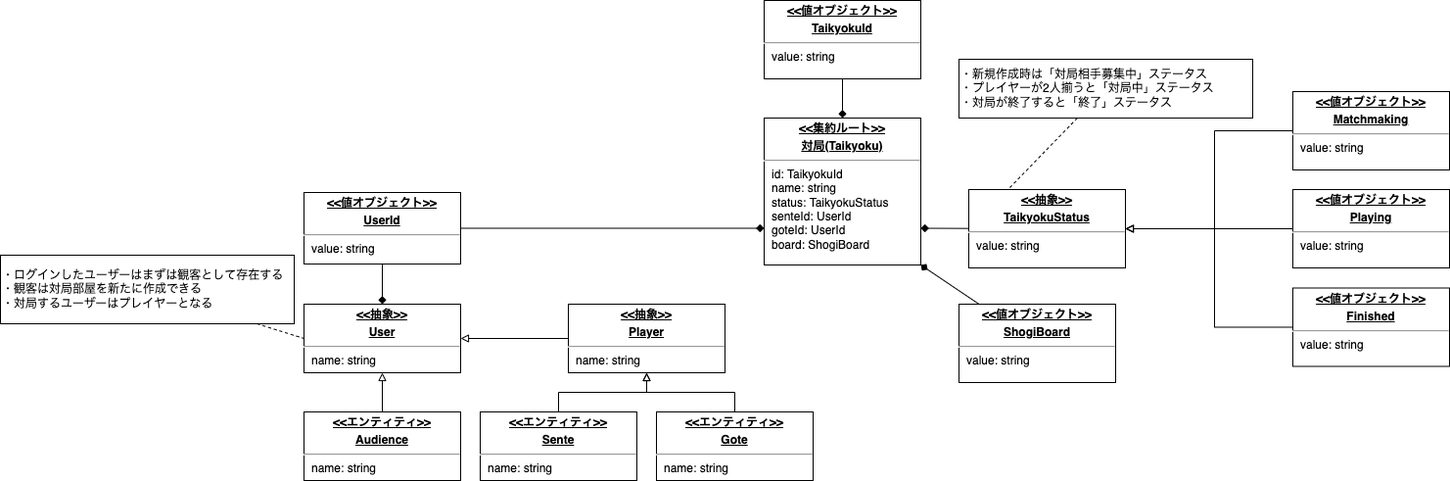
This is doc/ドメインモデル図.drawio.png from naohiro-kumagai/shogi, a draw.io export, as it was before one commit. Source tidied: cells renumbered, new cells last; positions are measured from the earlier drawing's top-left corner, leaving out a move shared by most shapes.
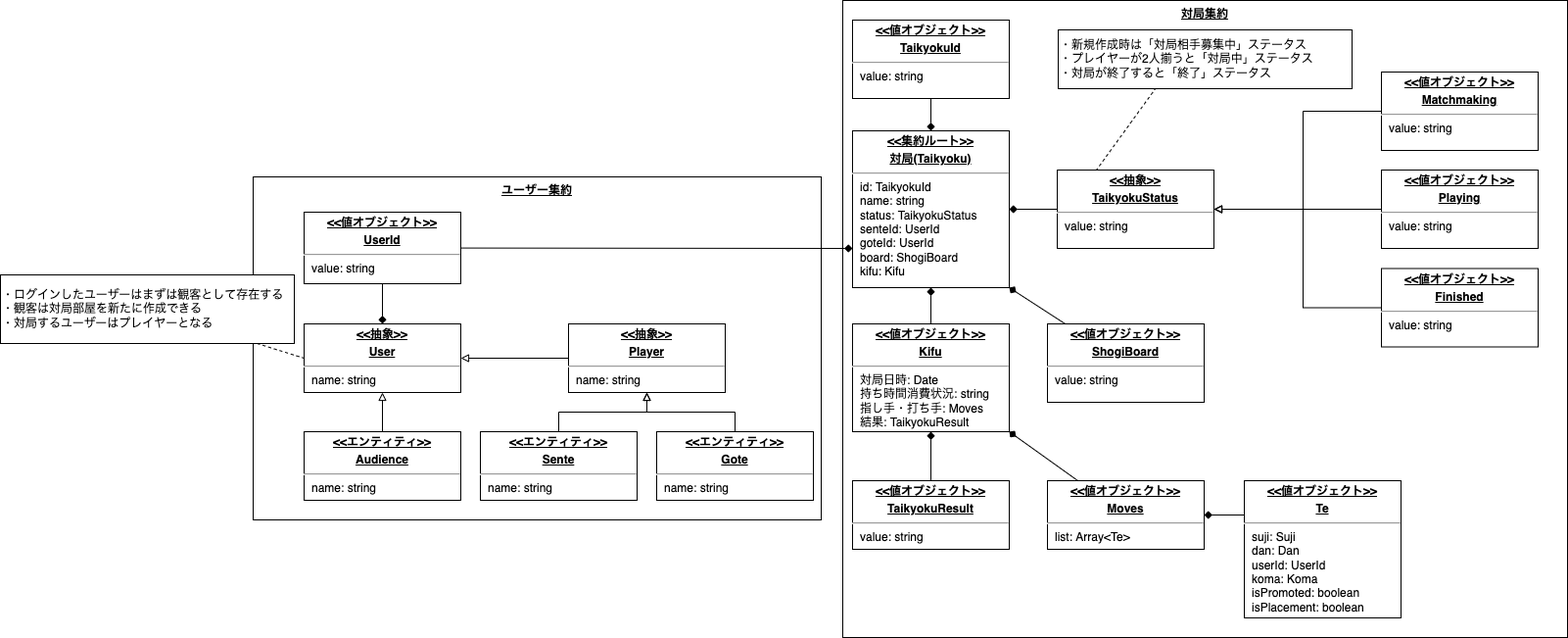
The same file after the commit.

Commit message:
モデル図の更新

Diff of the diagram source:
```diff
@@ -2,104 +2,136 @@
   <root>
     <mxCell id="0" />
     <mxCell id="1" parent="0" />
+    <mxCell id="31" value="&lt;b&gt;&lt;u&gt;対局集約&lt;/u&gt;&lt;/b&gt;" style="rounded=0;whiteSpace=wrap;html=1;fillColor=none;verticalAlign=top;" parent="1" vertex="1">
+      <mxGeometry x="980" y="-10" width="740" height="650" as="geometry" />
+    </mxCell>
+    <mxCell id="32" value="&lt;b&gt;&lt;u&gt;ユーザー集約&lt;/u&gt;&lt;/b&gt;" style="rounded=0;whiteSpace=wrap;html=1;fillColor=none;verticalAlign=top;" parent="1" vertex="1">
+      <mxGeometry x="378" y="170" width="580" height="350" as="geometry" />
+    </mxCell>
-    <mxCell id="2" value="&lt;p style=&quot;margin:0px;margin-top:4px;text-align:center;text-decoration:underline;&quot;&gt;&lt;b&gt;&amp;lt;&amp;lt;集約ルート&amp;gt;&amp;gt;&lt;/b&gt;&lt;/p&gt;&lt;p style=&quot;margin:0px;margin-top:4px;text-align:center;text-decoration:underline;&quot;&gt;&lt;b&gt;対局(Taikyoku)&lt;/b&gt;&lt;/p&gt;&lt;hr&gt;&lt;p style=&quot;margin:0px;margin-left:8px;&quot;&gt;id: TaikyokuId&lt;/p&gt;&lt;p style=&quot;margin:0px;margin-left:8px;&quot;&gt;name: string&lt;/p&gt;&lt;p style=&quot;margin:0px;margin-left:8px;&quot;&gt;status: TaikyokuStatus&lt;/p&gt;&lt;p style=&quot;margin:0px;margin-left:8px;&quot;&gt;senteId: UserId&lt;/p&gt;&lt;p style=&quot;margin:0px;margin-left:8px;&quot;&gt;goteId: UserId&lt;/p&gt;&lt;p style=&quot;margin:0px;margin-left:8px;&quot;&gt;board: ShogiBoard&lt;/p&gt;" style="verticalAlign=top;align=left;overflow=fill;fontSize=12;fontFamily=Helvetica;html=1;" parent="1" vertex="1">
-      <mxGeometry x="780" y="120" width="160" height="150" as="geometry" />
+    <mxCell id="2" value="&lt;p style=&quot;margin:0px;margin-top:4px;text-align:center;text-decoration:underline;&quot;&gt;&lt;b&gt;&amp;lt;&amp;lt;集約ルート&amp;gt;&amp;gt;&lt;/b&gt;&lt;/p&gt;&lt;p style=&quot;margin:0px;margin-top:4px;text-align:center;text-decoration:underline;&quot;&gt;&lt;b&gt;対局(Taikyoku)&lt;/b&gt;&lt;/p&gt;&lt;hr&gt;&lt;p style=&quot;margin:0px;margin-left:8px;&quot;&gt;id: TaikyokuId&lt;/p&gt;&lt;p style=&quot;margin:0px;margin-left:8px;&quot;&gt;name: string&lt;/p&gt;&lt;p style=&quot;margin:0px;margin-left:8px;&quot;&gt;status: TaikyokuStatus&lt;/p&gt;&lt;p style=&quot;margin:0px;margin-left:8px;&quot;&gt;senteId: UserId&lt;/p&gt;&lt;p style=&quot;margin:0px;margin-left:8px;&quot;&gt;goteId: UserId&lt;/p&gt;&lt;p style=&quot;margin:0px;margin-left:8px;&quot;&gt;board: ShogiBoard&lt;/p&gt;&lt;p style=&quot;margin:0px;margin-left:8px;&quot;&gt;kifu: Kifu&lt;/p&gt;" style="verticalAlign=top;align=left;overflow=fill;fontSize=12;fontFamily=Helvetica;html=1;" parent="1" vertex="1">
+      <mxGeometry x="990" y="123" width="160" height="160" as="geometry" />
     </mxCell>
     <mxCell id="3" style="edgeStyle=none;html=1;entryX=0.5;entryY=0;entryDx=0;entryDy=0;endArrow=diamond;endFill=1;" parent="1" edge="1" source="4" target="2">
       <mxGeometry relative="1" as="geometry" />
     </mxCell>
     <mxCell id="4" value="&lt;p style=&quot;margin:0px;margin-top:4px;text-align:center;text-decoration:underline;&quot;&gt;&lt;b&gt;&amp;lt;&amp;lt;値オブジェクト&amp;gt;&amp;gt;&lt;/b&gt;&lt;/p&gt;&lt;p style=&quot;margin:0px;margin-top:4px;text-align:center;text-decoration:underline;&quot;&gt;&lt;b&gt;TaikyokuId&lt;/b&gt;&lt;/p&gt;&lt;hr&gt;&lt;p style=&quot;margin:0px;margin-left:8px;&quot;&gt;value: string&lt;/p&gt;" style="verticalAlign=top;align=left;overflow=fill;fontSize=12;fontFamily=Helvetica;html=1;" parent="1" vertex="1">
-      <mxGeometry x="780" width="160" height="80" as="geometry" />
+      <mxGeometry x="990" y="10" width="160" height="80" as="geometry" />
     </mxCell>
-    <mxCell id="5" style="edgeStyle=none;html=1;entryX=0.25;entryY=0;entryDx=0;entryDy=0;endArrow=none;endFill=0;dashed=1;" parent="1" edge="1" source="6" target="8">
-      <mxGeometry relative="1" as="geometry" />
+    <mxCell id="5" style="edgeStyle=none;html=1;entryX=0.25;entryY=0;entryDx=0;entryDy=0;endArrow=none;endFill=0;dashed=1;" parent="1" edge="1" target="8">
+      <mxGeometry relative="1" as="geometry">
+        <mxPoint x="1328.2" y="40" as="sourcePoint" />
+      </mxGeometry>
     </mxCell>
     <mxCell id="6" value="・新規作成時は「対局相手募集中」ステータス&lt;br&gt;・プレイヤーが2人揃うと「対局中」ステータス&lt;br&gt;・対局が終了すると「終了」ステータス" style="rounded=0;whiteSpace=wrap;html=1;align=left;" parent="1" vertex="1">
-      <mxGeometry x="979" y="60" width="300" height="60" as="geometry" />
+      <mxGeometry x="1200" y="20" width="300" height="60" as="geometry" />
     </mxCell>
-    <mxCell id="7" style="edgeStyle=none;html=1;entryX=1;entryY=0.75;entryDx=0;entryDy=0;endArrow=diamond;endFill=1;" parent="1" edge="1" source="8" target="2">
+    <mxCell id="7" style="edgeStyle=none;html=1;entryX=1;entryY=0.5;entryDx=0;entryDy=0;endArrow=diamond;endFill=1;exitX=0;exitY=0.5;exitDx=0;exitDy=0;" parent="1" edge="1" source="8" target="2">
       <mxGeometry relative="1" as="geometry" />
     </mxCell>
     <mxCell id="8" value="&lt;p style=&quot;margin:0px;margin-top:4px;text-align:center;text-decoration:underline;&quot;&gt;&lt;b&gt;&amp;lt;&amp;lt;抽象&amp;gt;&amp;gt;&lt;/b&gt;&lt;/p&gt;&lt;p style=&quot;margin:0px;margin-top:4px;text-align:center;text-decoration:underline;&quot;&gt;&lt;b&gt;TaikyokuStatus&lt;/b&gt;&lt;/p&gt;&lt;hr&gt;&lt;p style=&quot;margin:0px;margin-left:8px;&quot;&gt;value: string&lt;/p&gt;" style="verticalAlign=top;align=left;overflow=fill;fontSize=12;fontFamily=Helvetica;html=1;" parent="1" vertex="1">
-      <mxGeometry x="989" y="193" width="160" height="80" as="geometry" />
+      <mxGeometry x="1199" y="163" width="160" height="80" as="geometry" />
     </mxCell>
     <mxCell id="9" style="edgeStyle=none;html=1;entryX=1;entryY=0.5;entryDx=0;entryDy=0;endArrow=block;endFill=0;" parent="1" edge="1" source="10" target="14">
       <mxGeometry relative="1" as="geometry" />
     </mxCell>
     <mxCell id="10" value="&lt;p style=&quot;margin:0px;margin-top:4px;text-align:center;text-decoration:underline;&quot;&gt;&lt;b&gt;&amp;lt;&amp;lt;抽象&amp;gt;&amp;gt;&lt;/b&gt;&lt;/p&gt;&lt;p style=&quot;margin:0px;margin-top:4px;text-align:center;text-decoration:underline;&quot;&gt;&lt;b&gt;Player&lt;/b&gt;&lt;/p&gt;&lt;hr&gt;&lt;p style=&quot;margin:0px;margin-left:8px;&quot;&gt;name: string&lt;/p&gt;" style="verticalAlign=top;align=left;overflow=fill;fontSize=12;fontFamily=Helvetica;html=1;" parent="1" vertex="1">
-      <mxGeometry x="580" y="310" width="160" height="70" as="geometry" />
+      <mxGeometry x="700" y="320" width="160" height="70" as="geometry" />
     </mxCell>
     <mxCell id="11" style="edgeStyle=none;html=1;entryX=1;entryY=1;entryDx=0;entryDy=0;endArrow=diamond;endFill=1;" parent="1" edge="1" source="12" target="2">
       <mxGeometry relative="1" as="geometry" />
     </mxCell>
     <mxCell id="12" value="&lt;p style=&quot;margin:0px;margin-top:4px;text-align:center;text-decoration:underline;&quot;&gt;&lt;b&gt;&amp;lt;&amp;lt;値オブジェクト&amp;gt;&amp;gt;&lt;/b&gt;&lt;/p&gt;&lt;p style=&quot;margin:0px;margin-top:4px;text-align:center;text-decoration:underline;&quot;&gt;&lt;b&gt;ShogiBoard&lt;/b&gt;&lt;/p&gt;&lt;hr&gt;&lt;p style=&quot;margin:0px;margin-left:8px;&quot;&gt;value: string&lt;/p&gt;" style="verticalAlign=top;align=left;overflow=fill;fontSize=12;fontFamily=Helvetica;html=1;" parent="1" vertex="1">
-      <mxGeometry x="979" y="310" width="160" height="80" as="geometry" />
+      <mxGeometry x="1189" y="320" width="160" height="80" as="geometry" />
     </mxCell>
     <mxCell id="13" style="edgeStyle=none;html=1;entryX=0.5;entryY=1;entryDx=0;entryDy=0;endArrow=none;endFill=0;startArrow=diamond;startFill=1;" parent="1" edge="1" source="14" target="24">
       <mxGeometry relative="1" as="geometry" />
     </mxCell>
     <mxCell id="14" value="&lt;p style=&quot;margin: 4px 0px 0px; text-align: center;&quot;&gt;&lt;b style=&quot;text-decoration-line: underline;&quot;&gt;&amp;lt;&amp;lt;抽象&lt;/b&gt;&lt;b style=&quot;text-decoration-line: underline;&quot;&gt;&amp;gt;&amp;gt;&lt;/b&gt;&lt;/p&gt;&lt;p style=&quot;margin:0px;margin-top:4px;text-align:center;text-decoration:underline;&quot;&gt;&lt;b&gt;User&lt;/b&gt;&lt;/p&gt;&lt;hr&gt;&lt;p style=&quot;margin:0px;margin-left:8px;&quot;&gt;name: string&lt;/p&gt;" style="verticalAlign=top;align=left;overflow=fill;fontSize=12;fontFamily=Helvetica;html=1;" parent="1" vertex="1">
-      <mxGeometry x="310" y="310" width="160" height="70" as="geometry" />
+      <mxGeometry x="430" y="320" width="160" height="70" as="geometry" />
     </mxCell>
     <mxCell id="15" style="edgeStyle=orthogonalEdgeStyle;html=1;entryX=0.5;entryY=1;entryDx=0;entryDy=0;endArrow=block;endFill=0;rounded=0;exitX=0.5;exitY=0;exitDx=0;exitDy=0;" parent="1" edge="1" source="16" target="10">
       <mxGeometry relative="1" as="geometry" />
     </mxCell>
     <mxCell id="16" value="&lt;p style=&quot;margin:0px;margin-top:4px;text-align:center;text-decoration:underline;&quot;&gt;&lt;b&gt;&amp;lt;&amp;lt;エンティティ&amp;gt;&amp;gt;&lt;/b&gt;&lt;/p&gt;&lt;p style=&quot;margin:0px;margin-top:4px;text-align:center;text-decoration:underline;&quot;&gt;&lt;b&gt;Sente&lt;/b&gt;&lt;/p&gt;&lt;hr&gt;&lt;p style=&quot;margin:0px;margin-left:8px;&quot;&gt;name: string&lt;/p&gt;" style="verticalAlign=top;align=left;overflow=fill;fontSize=12;fontFamily=Helvetica;html=1;" parent="1" vertex="1">
-      <mxGeometry x="490" y="420" width="160" height="70" as="geometry" />
+      <mxGeometry x="610" y="430" width="160" height="70" as="geometry" />
     </mxCell>
     <mxCell id="17" style="edgeStyle=orthogonalEdgeStyle;html=1;endArrow=block;endFill=0;rounded=0;exitX=0.5;exitY=0;exitDx=0;exitDy=0;" parent="1" edge="1" source="18">
       <mxGeometry relative="1" as="geometry">
-        <mxPoint x="660" y="380" as="targetPoint" />
+        <mxPoint x="780" y="390" as="targetPoint" />
       </mxGeometry>
     </mxCell>
     <mxCell id="18" value="&lt;p style=&quot;margin:0px;margin-top:4px;text-align:center;text-decoration:underline;&quot;&gt;&lt;b&gt;&amp;lt;&amp;lt;エンティティ&lt;/b&gt;&lt;b style=&quot;background-color: initial;&quot;&gt;&amp;gt;&amp;gt;&lt;/b&gt;&lt;/p&gt;&lt;p style=&quot;margin:0px;margin-top:4px;text-align:center;text-decoration:underline;&quot;&gt;&lt;b&gt;Gote&lt;/b&gt;&lt;/p&gt;&lt;hr&gt;&lt;p style=&quot;margin:0px;margin-left:8px;&quot;&gt;name: string&lt;/p&gt;" style="verticalAlign=top;align=left;overflow=fill;fontSize=12;fontFamily=Helvetica;html=1;" parent="1" vertex="1">
-      <mxGeometry x="670" y="420" width="160" height="70" as="geometry" />
+      <mxGeometry x="790" y="430" width="160" height="70" as="geometry" />
     </mxCell>
     <mxCell id="19" style="edgeStyle=none;html=1;entryX=0.5;entryY=1;entryDx=0;entryDy=0;endArrow=block;endFill=0;" parent="1" edge="1" source="20" target="14">
       <mxGeometry relative="1" as="geometry" />
     </mxCell>
     <mxCell id="20" value="&lt;p style=&quot;margin:0px;margin-top:4px;text-align:center;text-decoration:underline;&quot;&gt;&lt;b&gt;&amp;lt;&amp;lt;エンティティ&amp;gt;&amp;gt;&lt;/b&gt;&lt;/p&gt;&lt;p style=&quot;margin:0px;margin-top:4px;text-align:center;text-decoration:underline;&quot;&gt;&lt;b&gt;Audience&lt;/b&gt;&lt;/p&gt;&lt;hr&gt;&lt;p style=&quot;margin:0px;margin-left:8px;&quot;&gt;name: string&lt;/p&gt;" style="verticalAlign=top;align=left;overflow=fill;fontSize=12;fontFamily=Helvetica;html=1;" parent="1" vertex="1">
-      <mxGeometry x="310" y="420" width="160" height="70" as="geometry" />
+      <mxGeometry x="430" y="430" width="160" height="70" as="geometry" />
     </mxCell>
     <mxCell id="21" style="rounded=0;html=1;entryX=0;entryY=0.5;entryDx=0;entryDy=0;endArrow=none;endFill=0;dashed=1;" parent="1" edge="1" source="22" target="14">
       <mxGeometry relative="1" as="geometry" />
     </mxCell>
     <mxCell id="22" value="・ログインしたユーザーはまずは観客として存在する&lt;br&gt;・観客は対局部屋を新たに作成できる&lt;br&gt;・対局するユーザーはプレイヤーとなる" style="rounded=0;whiteSpace=wrap;html=1;align=left;" parent="1" vertex="1">
-      <mxGeometry y="260" width="300" height="70" as="geometry" />
+      <mxGeometry x="120" y="270" width="300" height="70" as="geometry" />
     </mxCell>
-    <mxCell id="23" style="edgeStyle=none;html=1;entryX=0;entryY=0.75;entryDx=0;entryDy=0;startArrow=none;startFill=0;endArrow=diamond;endFill=1;" parent="1" edge="1" source="24" target="2">
+    <mxCell id="23" style="edgeStyle=none;html=1;startArrow=none;startFill=0;endArrow=diamond;endFill=1;entryX=0;entryY=0.75;entryDx=0;entryDy=0;" parent="1" edge="1" source="24" target="2">
       <mxGeometry relative="1" as="geometry" />
     </mxCell>
     <mxCell id="24" value="&lt;p style=&quot;margin:0px;margin-top:4px;text-align:center;text-decoration:underline;&quot;&gt;&lt;b&gt;&amp;lt;&amp;lt;値オブジェクト&amp;gt;&amp;gt;&lt;/b&gt;&lt;/p&gt;&lt;p style=&quot;margin:0px;margin-top:4px;text-align:center;text-decoration:underline;&quot;&gt;&lt;b&gt;UserId&lt;/b&gt;&lt;/p&gt;&lt;hr&gt;&lt;p style=&quot;margin:0px;margin-left:8px;&quot;&gt;value: string&lt;/p&gt;" style="verticalAlign=top;align=left;overflow=fill;fontSize=12;fontFamily=Helvetica;html=1;" parent="1" vertex="1">
-      <mxGeometry x="310" y="196" width="160" height="73" as="geometry" />
+      <mxGeometry x="430" y="206" width="160" height="73" as="geometry" />
     </mxCell>
     <mxCell id="25" style="edgeStyle=none;html=1;endArrow=block;endFill=0;" parent="1" edge="1" source="26" target="8">
       <mxGeometry relative="1" as="geometry" />
     </mxCell>
     <mxCell id="26" value="&lt;p style=&quot;margin:0px;margin-top:4px;text-align:center;text-decoration:underline;&quot;&gt;&lt;b&gt;&amp;lt;&amp;lt;値オブジェクト&amp;gt;&amp;gt;&lt;/b&gt;&lt;/p&gt;&lt;p style=&quot;margin: 4px 0px 0px; text-align: center;&quot;&gt;&lt;b&gt;&lt;u&gt;Playing&lt;/u&gt;&lt;/b&gt;&lt;br&gt;&lt;/p&gt;&lt;hr&gt;&lt;p style=&quot;margin:0px;margin-left:8px;&quot;&gt;value: string&lt;/p&gt;" style="verticalAlign=top;align=left;overflow=fill;fontSize=12;fontFamily=Helvetica;html=1;" parent="1" vertex="1">
-      <mxGeometry x="1320" y="193" width="160" height="80" as="geometry" />
+      <mxGeometry x="1530" y="163" width="160" height="80" as="geometry" />
     </mxCell>
     <mxCell id="27" style="edgeStyle=orthogonalEdgeStyle;html=1;entryX=1;entryY=0.5;entryDx=0;entryDy=0;endArrow=block;endFill=0;rounded=0;" parent="1" edge="1" source="28" target="8">
       <mxGeometry relative="1" as="geometry">
         <Array as="points">
-          <mxPoint x="1240" y="133" />
-          <mxPoint x="1240" y="233" />
+          <mxPoint x="1450" y="103" />
+          <mxPoint x="1450" y="203" />
         </Array>
       </mxGeometry>
     </mxCell>
     <mxCell id="28" value="&lt;p style=&quot;margin:0px;margin-top:4px;text-align:center;text-decoration:underline;&quot;&gt;&lt;b&gt;&amp;lt;&amp;lt;値オブジェクト&amp;gt;&amp;gt;&lt;/b&gt;&lt;/p&gt;&lt;p style=&quot;margin: 4px 0px 0px; text-align: center;&quot;&gt;&lt;b&gt;&lt;u&gt;Matchmaking&lt;/u&gt;&lt;/b&gt;&lt;br&gt;&lt;/p&gt;&lt;hr&gt;&lt;p style=&quot;margin:0px;margin-left:8px;&quot;&gt;value: string&lt;/p&gt;" style="verticalAlign=top;align=left;overflow=fill;fontSize=12;fontFamily=Helvetica;html=1;" parent="1" vertex="1">
-      <mxGeometry x="1320" y="93" width="160" height="80" as="geometry" />
+      <mxGeometry x="1530" y="63" width="160" height="80" as="geometry" />
     </mxCell>
     <mxCell id="29" style="edgeStyle=orthogonalEdgeStyle;rounded=0;html=1;entryX=1;entryY=0.5;entryDx=0;entryDy=0;endArrow=block;endFill=0;" parent="1" edge="1" source="30" target="8">
       <mxGeometry relative="1" as="geometry">
         <Array as="points">
-          <mxPoint x="1240" y="334" />
-          <mxPoint x="1240" y="233" />
+          <mxPoint x="1450" y="304" />
+          <mxPoint x="1450" y="203" />
         </Array>
       </mxGeometry>
     </mxCell>
     <mxCell id="30" value="&lt;p style=&quot;margin:0px;margin-top:4px;text-align:center;text-decoration:underline;&quot;&gt;&lt;b&gt;&amp;lt;&amp;lt;値オブジェクト&amp;gt;&amp;gt;&lt;/b&gt;&lt;/p&gt;&lt;p style=&quot;margin: 4px 0px 0px; text-align: center;&quot;&gt;&lt;b&gt;&lt;u&gt;Finished&lt;/u&gt;&lt;/b&gt;&lt;br&gt;&lt;/p&gt;&lt;hr&gt;&lt;p style=&quot;margin:0px;margin-left:8px;&quot;&gt;value: string&lt;/p&gt;" style="verticalAlign=top;align=left;overflow=fill;fontSize=12;fontFamily=Helvetica;html=1;" parent="1" vertex="1">
-      <mxGeometry x="1320" y="293.5" width="160" height="80" as="geometry" />
+      <mxGeometry x="1530" y="263.5" width="160" height="80" as="geometry" />
     </mxCell>
+    <mxCell id="33" style="edgeStyle=none;html=1;entryX=0.5;entryY=1;entryDx=0;entryDy=0;endArrow=diamond;endFill=1;" parent="1" edge="1" source="34" target="2">
+      <mxGeometry relative="1" as="geometry" />
+    </mxCell>
+    <mxCell id="34" value="&lt;p style=&quot;margin:0px;margin-top:4px;text-align:center;text-decoration:underline;&quot;&gt;&lt;b&gt;&amp;lt;&amp;lt;値オブジェクト&amp;gt;&amp;gt;&lt;/b&gt;&lt;/p&gt;&lt;p style=&quot;margin:0px;margin-top:4px;text-align:center;text-decoration:underline;&quot;&gt;&lt;b&gt;Kifu&lt;/b&gt;&lt;/p&gt;&lt;hr&gt;&lt;p style=&quot;margin:0px;margin-left:8px;&quot;&gt;対局日時: Date&lt;/p&gt;&lt;p style=&quot;margin:0px;margin-left:8px;&quot;&gt;持ち時間消費状況: string&lt;/p&gt;&lt;p style=&quot;margin:0px;margin-left:8px;&quot;&gt;指し手・打ち手: Moves&lt;/p&gt;&lt;p style=&quot;margin:0px;margin-left:8px;&quot;&gt;結果: TaikyokuResult&lt;/p&gt;" style="verticalAlign=top;align=left;overflow=fill;fontSize=12;fontFamily=Helvetica;html=1;" parent="1" vertex="1">
+      <mxGeometry x="990" y="320" width="160" height="110" as="geometry" />
+    </mxCell>
+    <mxCell id="35" style="edgeStyle=none;html=1;entryX=0.5;entryY=1;entryDx=0;entryDy=0;endArrow=diamond;endFill=1;" parent="1" edge="1" source="36" target="34">
+      <mxGeometry relative="1" as="geometry" />
+    </mxCell>
+    <mxCell id="36" value="&lt;p style=&quot;margin:0px;margin-top:4px;text-align:center;text-decoration:underline;&quot;&gt;&lt;b&gt;&amp;lt;&amp;lt;値オブジェクト&amp;gt;&amp;gt;&lt;/b&gt;&lt;/p&gt;&lt;p style=&quot;margin:0px;margin-top:4px;text-align:center;text-decoration:underline;&quot;&gt;&lt;b&gt;TaikyokuResult&lt;/b&gt;&lt;/p&gt;&lt;hr&gt;&lt;p style=&quot;margin:0px;margin-left:8px;&quot;&gt;&lt;span style=&quot;background-color: initial;&quot;&gt;value: string&lt;/span&gt;&lt;br&gt;&lt;/p&gt;" style="verticalAlign=top;align=left;overflow=fill;fontSize=12;fontFamily=Helvetica;html=1;" parent="1" vertex="1">
+      <mxGeometry x="990" y="480" width="160" height="70" as="geometry" />
+    </mxCell>
+    <mxCell id="37" style="edgeStyle=none;html=1;entryX=1;entryY=0.5;entryDx=0;entryDy=0;endArrow=diamond;endFill=1;exitX=0;exitY=0.25;exitDx=0;exitDy=0;" parent="1" edge="1" source="38" target="40">
+      <mxGeometry relative="1" as="geometry" />
+    </mxCell>
+    <mxCell id="38" value="&lt;p style=&quot;margin:0px;margin-top:4px;text-align:center;text-decoration:underline;&quot;&gt;&lt;b&gt;&amp;lt;&amp;lt;値オブジェクト&amp;gt;&amp;gt;&lt;/b&gt;&lt;/p&gt;&lt;p style=&quot;margin:0px;margin-top:4px;text-align:center;text-decoration:underline;&quot;&gt;&lt;b&gt;Te&lt;/b&gt;&lt;/p&gt;&lt;hr&gt;&lt;p style=&quot;margin:0px;margin-left:8px;&quot;&gt;suji: Suji&lt;/p&gt;&lt;p style=&quot;margin:0px;margin-left:8px;&quot;&gt;dan: Dan&lt;/p&gt;&lt;p style=&quot;margin:0px;margin-left:8px;&quot;&gt;userId: UserId&lt;/p&gt;&lt;p style=&quot;margin:0px;margin-left:8px;&quot;&gt;koma: Koma&lt;/p&gt;&lt;p style=&quot;margin:0px;margin-left:8px;&quot;&gt;isPromoted: boolean&lt;/p&gt;&lt;p style=&quot;margin:0px;margin-left:8px;&quot;&gt;isPlacement: boolean&lt;/p&gt;" style="verticalAlign=top;align=left;overflow=fill;fontSize=12;fontFamily=Helvetica;html=1;" parent="1" vertex="1">
+      <mxGeometry x="1390" y="480" width="160" height="140" as="geometry" />
+    </mxCell>
+    <mxCell id="39" style="edgeStyle=none;html=1;entryX=1;entryY=1;entryDx=0;entryDy=0;endArrow=diamond;endFill=1;" parent="1" edge="1" source="40" target="34">
+      <mxGeometry relative="1" as="geometry" />
+    </mxCell>
+    <mxCell id="40" value="&lt;p style=&quot;margin:0px;margin-top:4px;text-align:center;text-decoration:underline;&quot;&gt;&lt;b&gt;&amp;lt;&amp;lt;値オブジェクト&amp;gt;&amp;gt;&lt;/b&gt;&lt;/p&gt;&lt;p style=&quot;margin:0px;margin-top:4px;text-align:center;text-decoration:underline;&quot;&gt;&lt;b&gt;Moves&lt;/b&gt;&lt;/p&gt;&lt;hr&gt;&lt;p style=&quot;margin:0px;margin-left:8px;&quot;&gt;&lt;span style=&quot;background-color: initial;&quot;&gt;list: Array&amp;lt;Te&amp;gt;&lt;/span&gt;&lt;br&gt;&lt;/p&gt;" style="verticalAlign=top;align=left;overflow=fill;fontSize=12;fontFamily=Helvetica;html=1;" parent="1" vertex="1">
+      <mxGeometry x="1189" y="480" width="160" height="70" as="geometry" />
+    </mxCell>
   </root>
 </mxGraphModel>
```
